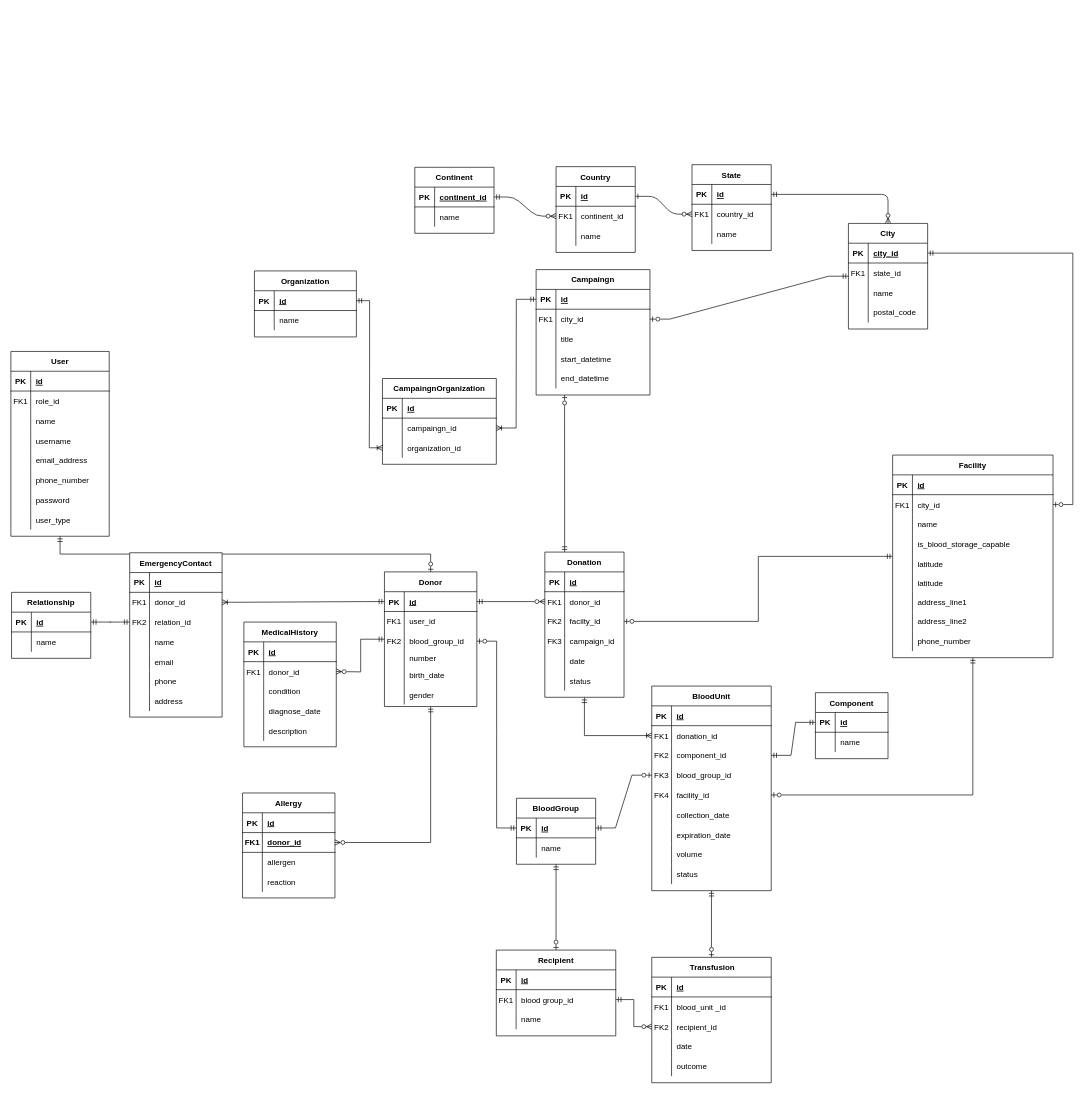
This is documentation/er_diagram.drawio from SantosVilanculos/aka, a draw.io file, before an edit. Source tidied: cells renumbered, new cells numbered last; positions are measured from the earlier drawing's top-left corner, leaving out a move shared by most shapes. Both pictures are drawn from the tidied source at 66%, with x=0, y=0 at pixel (11, 164).
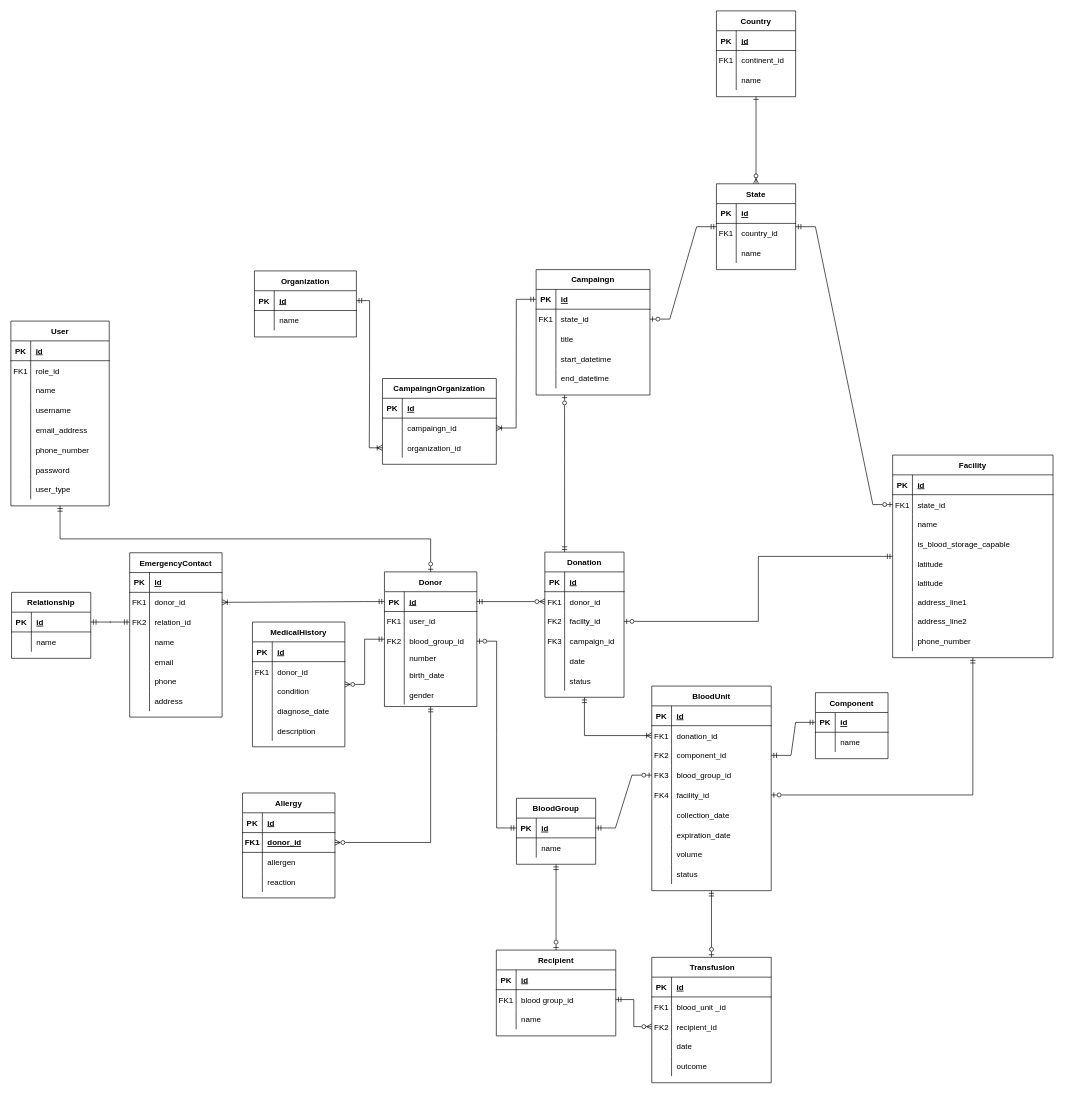
Above is the later version.

Commit message:
docs: remove unnecessary tables

Unchanged cells that the change refers to:
```xml
<mxCell id="5" style="shape=partialRectangle;fillColor=none;points=[[0,0.5],[1,0.5]];portConstraint=eastwest;top=0;left=0;right=0;bottom=1;" parent="4" vertex="1">
  <mxGeometry y="30" width="120" height="30" as="geometry" />
</mxCell>
<mxCell id="8" style="shape=partialRectangle;fillColor=none;points=[[0,0.5],[1,0.5]];portConstraint=eastwest;top=0;left=0;right=0;bottom=0;" parent="4" vertex="1">
  <mxGeometry y="60" width="120" height="30" as="geometry" />
</mxCell>
<mxCell id="22" style="shape=partialRectangle;fillColor=none;points=[[0,0.5],[1,0.5]];portConstraint=eastwest;top=0;left=0;right=0;bottom=1;" parent="21" vertex="1">
  <mxGeometry y="30" width="120" height="30" as="geometry" />
</mxCell>
<mxCell id="25" style="shape=partialRectangle;fillColor=none;points=[[0,0.5],[1,0.5]];portConstraint=eastwest;top=0;left=0;right=0;bottom=0;" parent="21" vertex="1">
  <mxGeometry y="60" width="120" height="30" as="geometry" />
</mxCell>
<mxCell id="49" style="shape=partialRectangle;fillColor=none;points=[[0,0.5],[1,0.5]];portConstraint=eastwest;top=0;left=0;right=0;bottom=0;" parent="45" vertex="1">
  <mxGeometry y="60" width="243" height="30" as="geometry" />
</mxCell>
<mxCell id="106" value="Donor" style="shape=table;startSize=30;childLayout=tableLayout;rowLines=0;fontStyle=1;align=center;" parent="1" vertex="1">
  <mxGeometry x="566" y="617" width="140" height="204" as="geometry" />
</mxCell>
<mxCell id="277" style="shape=partialRectangle;fillColor=none;points=[[0,0.5],[1,0.5]];portConstraint=eastwest;top=0;left=0;right=0;bottom=0;" parent="273" vertex="1">
  <mxGeometry y="60" width="172.5" height="30" as="geometry" />
</mxCell>
```

The edit, as a diff of the source:
```diff
@@
-    <mxCell id="2" style="edgeStyle=entityRelationEdgeStyle;endArrow=ERzeroToMany;startArrow=ERone;endFill=1;startFill=0;" parent="1" edge="1" source="5" target="25">
+    <mxCell id="2" style="endArrow=ERzeroToMany;startArrow=ERone;endFill=1;startFill=0;entryX=0.5;entryY=0;entryDx=0;entryDy=0;exitX=0.5;exitY=1;exitDx=0;exitDy=0;" parent="1" edge="1" source="4" target="21">
       <mxGeometry relative="1" as="geometry" />
     </mxCell>
-    <mxCell id="3" style="edgeStyle=entityRelationEdgeStyle;endArrow=ERzeroToMany;startArrow=ERmandOne;endFill=1;startFill=0;" parent="1" edge="1" source="15" target="8">
-      <mxGeometry relative="1" as="geometry" />
-    </mxCell>
     <mxCell id="4" value="Country" style="shape=table;startSize=30;childLayout=tableLayout;rowLines=0;fontStyle=1;align=center;" parent="1" vertex="1">
-      <mxGeometry x="826" y="3" width="120" height="130" as="geometry" />
+      <mxGeometry x="1069" y="-233" width="120" height="130" as="geometry" />
     </mxCell>
@@
-    <mxCell id="14" value="Continent" style="shape=table;startSize=30;childLayout=tableLayout;rowLines=0;fontStyle=1;align=center;" parent="1" vertex="1">
-      <mxGeometry x="612" y="4" width="120" height="100" as="geometry" />
-    </mxCell>
-    <mxCell id="15" style="shape=partialRectangle;fillColor=none;points=[[0,0.5],[1,0.5]];portConstraint=eastwest;top=0;left=0;right=0;bottom=1;" parent="14" vertex="1">
-      <mxGeometry y="30" width="120" height="30" as="geometry" />
-    </mxCell>
-    <mxCell id="16" value="PK" style="shape=partialRectangle;overflow=hidden;fillColor=none;top=0;left=0;bottom=0;right=0;fontStyle=1;" parent="15" vertex="1">
-      <mxGeometry width="30" height="30" as="geometry" />
-    </mxCell>
-    <mxCell id="17" value="continent_id" style="shape=partialRectangle;overflow=hidden;fillColor=none;top=0;left=0;bottom=0;right=0;align=left;spacingLeft=6;fontStyle=5;" parent="15" vertex="1">
-      <mxGeometry x="30" width="90" height="30" as="geometry" />
-    </mxCell>
-    <mxCell id="18" style="shape=partialRectangle;fillColor=none;top=0;left=0;right=0;bottom=0;" parent="14" vertex="1">
-      <mxGeometry y="60" width="120" height="30" as="geometry" />
-    </mxCell>
-    <mxCell id="19" style="shape=partialRectangle;overflow=hidden;fillColor=none;top=0;left=0;bottom=0;right=0;" parent="18" vertex="1">
-      <mxGeometry width="30" height="30" as="geometry" />
-    </mxCell>
-    <mxCell id="20" value="name" style="shape=partialRectangle;overflow=hidden;fillColor=none;top=0;left=0;bottom=0;right=0;align=left;spacingLeft=6;" parent="18" vertex="1">
-      <mxGeometry x="30" width="90" height="30" as="geometry" />
-    </mxCell>
     <mxCell id="21" value="State" style="shape=table;startSize=30;childLayout=tableLayout;rowLines=0;fontStyle=1;align=center;" parent="1" vertex="1">
-      <mxGeometry x="1032" width="120" height="130" as="geometry" />
+      <mxGeometry x="1069" y="29" width="120" height="130" as="geometry" />
     </mxCell>
@@
-    <mxCell id="31" value="City" style="shape=table;startSize=30;childLayout=tableLayout;rowLines=0;fontStyle=1;align=center;" parent="1" vertex="1">
-      <mxGeometry x="1269" y="89" width="120" height="160" as="geometry" />
-    </mxCell>
-    <mxCell id="32" style="shape=partialRectangle;fillColor=none;points=[[0,0.5],[1,0.5]];portConstraint=eastwest;top=0;left=0;right=0;bottom=1;" parent="31" vertex="1">
-      <mxGeometry y="30" width="120" height="30" as="geometry" />
-    </mxCell>
-    <mxCell id="33" value="PK" style="shape=partialRectangle;overflow=hidden;fillColor=none;top=0;left=0;bottom=0;right=0;fontStyle=1;" parent="32" vertex="1">
-      <mxGeometry width="30" height="30" as="geometry" />
-    </mxCell>
-    <mxCell id="34" value="city_id" style="shape=partialRectangle;overflow=hidden;fillColor=none;top=0;left=0;bottom=0;right=0;align=left;spacingLeft=6;fontStyle=5;" parent="32" vertex="1">
-      <mxGeometry x="30" width="90" height="30" as="geometry" />
-    </mxCell>
-    <mxCell id="35" style="shape=partialRectangle;fillColor=none;top=0;left=0;right=0;bottom=0;" parent="31" vertex="1">
-      <mxGeometry y="60" width="120" height="30" as="geometry" />
-    </mxCell>
-    <mxCell id="36" value="FK1" style="shape=partialRectangle;overflow=hidden;fillColor=none;top=0;left=0;bottom=0;right=0;" parent="35" vertex="1">
-      <mxGeometry width="30" height="30" as="geometry" />
-    </mxCell>
-    <mxCell id="37" value="state_id" style="shape=partialRectangle;overflow=hidden;fillColor=none;top=0;left=0;bottom=0;right=0;align=left;spacingLeft=6;" parent="35" vertex="1">
-      <mxGeometry x="30" width="90" height="30" as="geometry" />
-    </mxCell>
-    <mxCell id="38" style="shape=partialRectangle;fillColor=none;top=0;left=0;right=0;bottom=0;" parent="31" vertex="1">
-      <mxGeometry y="90" width="120" height="30" as="geometry" />
-    </mxCell>
-    <mxCell id="39" style="shape=partialRectangle;overflow=hidden;fillColor=none;top=0;left=0;bottom=0;right=0;" parent="38" vertex="1">
-      <mxGeometry width="30" height="30" as="geometry" />
-    </mxCell>
-    <mxCell id="40" value="name" style="shape=partialRectangle;overflow=hidden;fillColor=none;top=0;left=0;bottom=0;right=0;align=left;spacingLeft=6;" parent="38" vertex="1">
-      <mxGeometry x="30" width="90" height="30" as="geometry" />
-    </mxCell>
-    <mxCell id="41" style="shape=partialRectangle;fillColor=none;top=0;left=0;right=0;bottom=0;" parent="31" vertex="1">
-      <mxGeometry y="120" width="120" height="30" as="geometry" />
-    </mxCell>
-    <mxCell id="42" style="shape=partialRectangle;overflow=hidden;fillColor=none;top=0;left=0;bottom=0;right=0;" parent="41" vertex="1">
-      <mxGeometry width="30" height="30" as="geometry" />
-    </mxCell>
-    <mxCell id="43" value="postal_code" style="shape=partialRectangle;overflow=hidden;fillColor=none;top=0;left=0;bottom=0;right=0;align=left;spacingLeft=6;" parent="41" vertex="1">
-      <mxGeometry x="30" width="90" height="30" as="geometry" />
-    </mxCell>
-    <mxCell id="44" style="edgeStyle=orthogonalEdgeStyle;endArrow=ERzeroToMany;startArrow=ERmandOne;endFill=1;startFill=0;" parent="1" edge="1" source="22" target="31">
-      <mxGeometry relative="1" as="geometry" />
-    </mxCell>
@@
-    <mxCell id="51" value="city_id" style="shape=partialRectangle;overflow=hidden;fillColor=none;top=0;left=0;bottom=0;right=0;align=left;spacingLeft=6;" parent="49" vertex="1">
+    <mxCell id="51" value="state_id" style="shape=partialRectangle;overflow=hidden;fillColor=none;top=0;left=0;bottom=0;right=0;align=left;spacingLeft=6;" parent="49" vertex="1">
       <mxGeometry x="30" width="213" height="30" as="geometry" />
     </mxCell>
@@
     <mxCell id="74" value="User" style="shape=table;startSize=30;childLayout=tableLayout;rowLines=0;fontStyle=1;align=center;" parent="1" vertex="1">
-      <mxGeometry y="283" width="149" height="280" as="geometry" />
+      <mxGeometry y="237" width="149" height="280" as="geometry" />
     </mxCell>
@@
     <mxCell id="156" value="MedicalHistory" style="shape=table;startSize=30;childLayout=tableLayout;rowLines=0;fontStyle=1;align=center;" parent="1" vertex="1">
-      <mxGeometry x="353" y="693" width="140" height="189" as="geometry" />
+      <mxGeometry x="366" y="693" width="140" height="189" as="geometry" />
     </mxCell>
@@
-    <mxCell id="234" style="edgeStyle=orthogonalEdgeStyle;fontSize=12;html=1;endArrow=ERzeroToMany;startArrow=ERmandOne;rounded=0;startFill=0;endFill=0;" parent="1" edge="1" source="106">
-      <mxGeometry relative="1" as="geometry">
-        <mxPoint x="493" y="768" as="targetPoint" />
-      </mxGeometry>
+    <mxCell id="234" style="edgeStyle=orthogonalEdgeStyle;fontSize=12;html=1;endArrow=ERzeroToMany;startArrow=ERmandOne;rounded=0;startFill=0;endFill=0;" parent="1" edge="1" source="106" target="156">
+      <mxGeometry relative="1" as="geometry" />
     </mxCell>
@@
-    <mxCell id="279" value="city_id" style="shape=partialRectangle;overflow=hidden;fillColor=none;top=0;left=0;bottom=0;right=0;align=left;spacingLeft=6;" parent="277" vertex="1">
+    <mxCell id="279" value="state_id" style="shape=partialRectangle;overflow=hidden;fillColor=none;top=0;left=0;bottom=0;right=0;align=left;spacingLeft=6;" parent="277" vertex="1">
       <mxGeometry x="30" width="142.5" height="30" as="geometry" />
     </mxCell>
@@
-    <mxCell id="303" style="edgeStyle=entityRelationEdgeStyle;fontSize=12;html=1;endArrow=ERzeroToOne;startArrow=ERmandOne;rounded=0;endFill=0;" parent="1" edge="1" source="32" target="49">
+    <mxCell id="303" style="edgeStyle=entityRelationEdgeStyle;fontSize=12;html=1;endArrow=ERzeroToOne;startArrow=ERmandOne;rounded=0;endFill=0;" parent="1" edge="1" source="21" target="49">
       <mxGeometry relative="1" as="geometry" />
     </mxCell>
@@
-    <mxCell id="312" style="edgeStyle=entityRelationEdgeStyle;fontSize=12;html=1;endArrow=ERzeroToOne;startArrow=ERmandOne;rounded=0;endFill=0;" parent="1" edge="1" source="31" target="277">
+    <mxCell id="312" style="edgeStyle=entityRelationEdgeStyle;fontSize=12;html=1;endArrow=ERzeroToOne;startArrow=ERmandOne;rounded=0;endFill=0;" parent="1" edge="1" source="21" target="277">
       <mxGeometry relative="1" as="geometry" />
     </mxCell>
```
